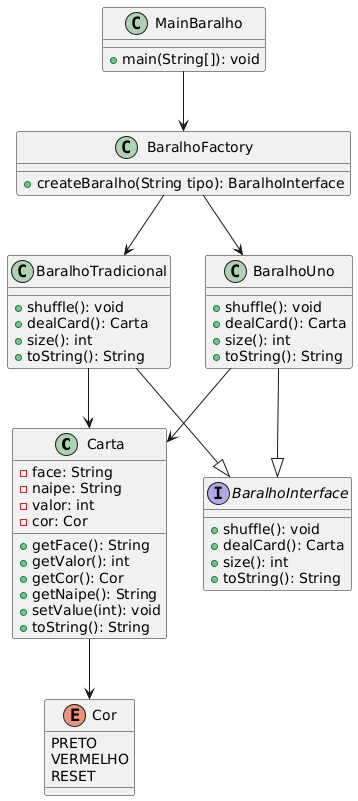
The PlantUML diagram DC 02.png in Seraphiimz/Baralhos, before a commit.
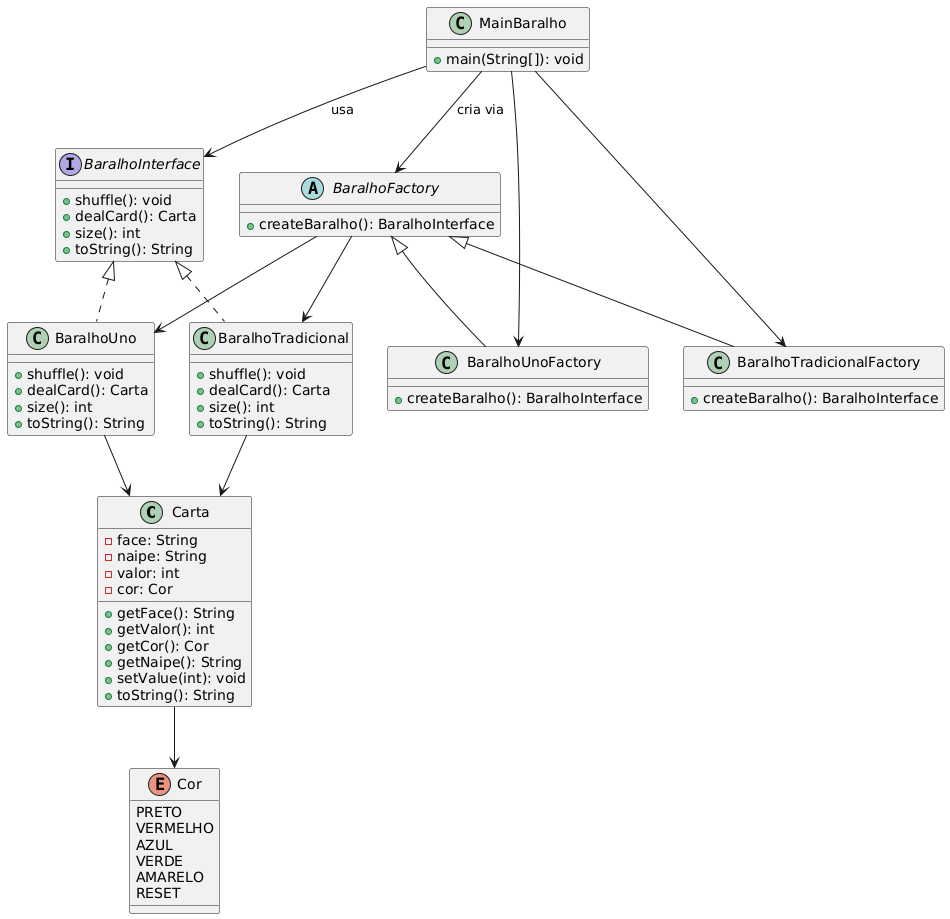
After the change.

What changed in the source:
```diff
@@ -15,6 +15,9 @@
 enum Cor {
   PRETO
   VERMELHO
+  AZUL
+  VERDE
+  AMARELO
   RESET
 }
 
@@ -27,34 +30,42 @@
   + toString(): String
 }
 
-class BaralhoTradicional {
+class BaralhoTradicional implements BaralhoInterface {
   + shuffle(): void
   + dealCard(): Carta
   + size(): int
   + toString(): String
 }
 
-class BaralhoUno {
+class BaralhoUno implements BaralhoInterface {
   + shuffle(): void
   + dealCard(): Carta
   + size(): int
   + toString(): String
 }
 
-BaralhoTradicional --|> BaralhoInterface
-BaralhoUno --|> BaralhoInterface
+abstract class BaralhoFactory {
+  + createBaralho(): BaralhoInterface
+}
 
-class BaralhoFactory {
-  + createBaralho(String tipo): BaralhoInterface
+class BaralhoTradicionalFactory extends BaralhoFactory {
+  + createBaralho(): BaralhoInterface
+}
+
+class BaralhoUnoFactory extends BaralhoFactory {
+  + createBaralho(): BaralhoInterface
 }
 
 class MainBaralho {
   + main(String[]): void
 }
 
+MainBaralho --> BaralhoInterface : "usa"
+MainBaralho --> BaralhoFactory : "cria via"
+MainBaralho --> BaralhoTradicionalFactory
+MainBaralho --> BaralhoUnoFactory
 BaralhoFactory --> BaralhoTradicional
 BaralhoFactory --> BaralhoUno
-MainBaralho --> BaralhoFactory
 BaralhoTradicional --> Carta
 BaralhoUno --> Carta
 @enduml
```
